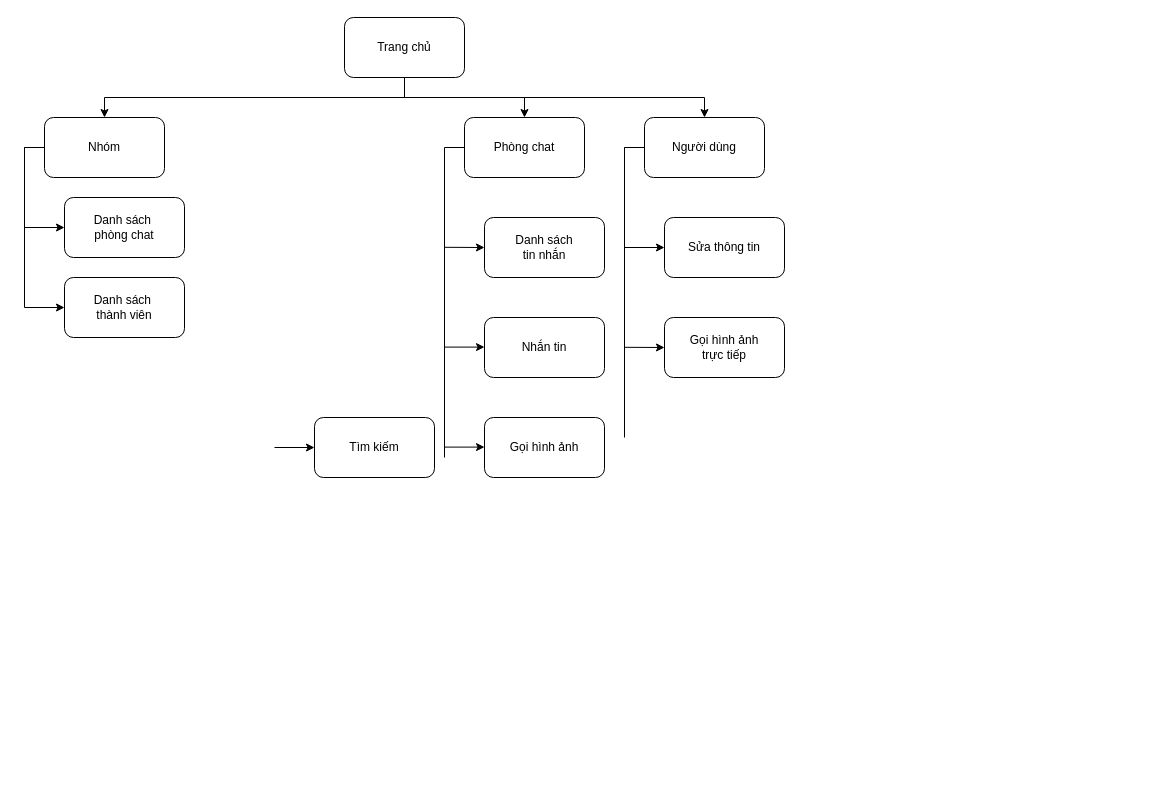
Above: phac thao do an cuoi cung/sitemap.drawio in frozenproof/dactaphanmem (draw.io), before the change. Source tidied: cells renumbered, new cells numbered last; positions are measured from the earlier drawing's top-left corner, leaving out a move shared by most shapes. Both pictures are drawn from the tidied source at 100%, with x=0, y=0 at pixel (24, 17).
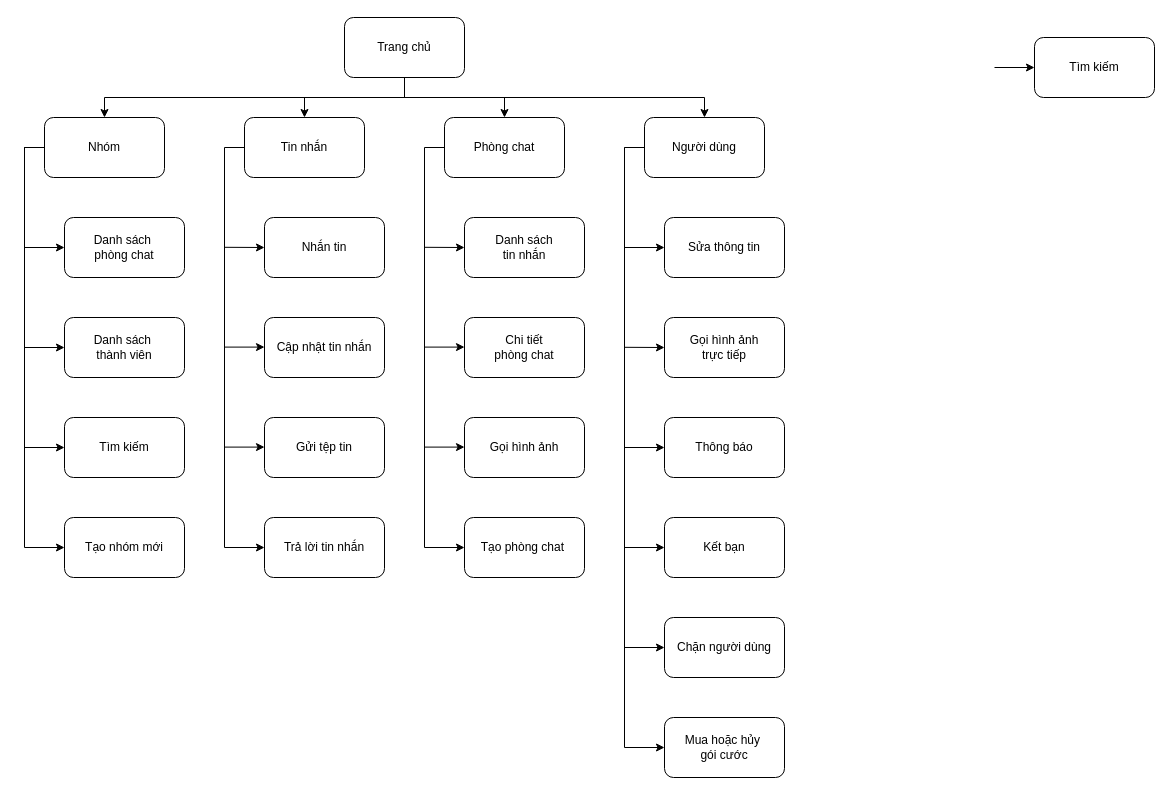
After the change.

Unchanged cells that the change refers to:
```xml
<mxCell id="5" value="Trang chủ" style="rounded=1;whiteSpace=wrap;html=1;" parent="1" vertex="1">
  <mxGeometry x="320" width="120" height="60" as="geometry" />
</mxCell>
<mxCell id="10" value="Nhóm" style="rounded=1;whiteSpace=wrap;html=1;" parent="1" vertex="1">
  <mxGeometry x="20" y="100" width="120" height="60" as="geometry" />
</mxCell>
```

Diff of the diagram source:
```diff
@@
+    <mxCell id="28" style="edgeStyle=orthogonalEdgeStyle;rounded=0;jettySize=auto;html=1;" parent="1" edge="1" source="5" target="42">
+      <mxGeometry relative="1" as="geometry" />
+    </mxCell>
@@
     <mxCell id="9" value="Phòng chat" style="rounded=1;whiteSpace=wrap;html=1;" parent="1" vertex="1">
-      <mxGeometry x="440" y="100" width="120" height="60" as="geometry" />
+      <mxGeometry x="420" y="100" width="120" height="60" as="geometry" />
     </mxCell>
@@
     <mxCell id="12" value="Danh sách&amp;nbsp;&lt;div&gt;phòng chat&lt;/div&gt;" style="whiteSpace=wrap;html=1;rounded=1;" parent="1" vertex="1">
-      <mxGeometry x="40" y="180" width="120" height="60" as="geometry" />
+      <mxGeometry x="40" y="200" width="120" height="60" as="geometry" />
     </mxCell>
     <mxCell id="13" style="edgeStyle=orthogonalEdgeStyle;rounded=0;jettySize=auto;html=1;entryX=0;entryY=0.5;entryDx=0;entryDy=0;" parent="1" edge="1" source="10" target="14">
       <mxGeometry relative="1" as="geometry">
         <Array as="points">
           <mxPoint y="130" />
-          <mxPoint y="290" />
+          <mxPoint y="330" />
         </Array>
       </mxGeometry>
     </mxCell>
     <mxCell id="14" value="Danh sách&amp;nbsp;&lt;div&gt;thành viên&lt;/div&gt;" style="whiteSpace=wrap;html=1;rounded=1;" parent="1" vertex="1">
-      <mxGeometry x="40" y="260" width="120" height="60" as="geometry" />
+      <mxGeometry x="40" y="300" width="120" height="60" as="geometry" />
     </mxCell>
     <mxCell id="15" value="Danh sách&lt;div&gt;tin nhắn&lt;/div&gt;" style="whiteSpace=wrap;html=1;rounded=1;" parent="1" vertex="1">
-      <mxGeometry x="460" y="200" width="120" height="60" as="geometry" />
+      <mxGeometry x="440" y="200" width="120" height="60" as="geometry" />
     </mxCell>
-    <mxCell id="16" value="Nhắn tin" style="whiteSpace=wrap;html=1;rounded=1;" parent="1" vertex="1">
-      <mxGeometry x="460" y="300" width="120" height="60" as="geometry" />
+    <mxCell id="16" value="Chi tiết&lt;div&gt;phòng chat&lt;/div&gt;" style="whiteSpace=wrap;html=1;rounded=1;" parent="1" vertex="1">
+      <mxGeometry x="440" y="300" width="120" height="60" as="geometry" />
     </mxCell>
     <mxCell id="17" value="Gọi hình ảnh" style="whiteSpace=wrap;html=1;rounded=1;" parent="1" vertex="1">
-      <mxGeometry x="460" y="400" width="120" height="60" as="geometry" />
+      <mxGeometry x="440" y="400" width="120" height="60" as="geometry" />
     </mxCell>
-    <mxCell id="18" style="endArrow=classic;html=1;rounded=0;" parent="1" edge="1">
-      <mxGeometry relative="1" as="geometry">
-        <mxPoint x="250" y="430" as="sourcePoint" />
-        <mxPoint x="290" y="430" as="targetPoint" />
-      </mxGeometry>
-    </mxCell>
     <mxCell id="19" style="endArrow=none;html=1;rounded=0;" parent="1" edge="1">
       <mxGeometry relative="1" as="geometry">
-        <mxPoint x="600" y="420" as="sourcePoint" />
+        <mxPoint x="600" y="730" as="sourcePoint" />
         <mxPoint x="600" y="130" as="targetPoint" />
       </mxGeometry>
     </mxCell>
@@
     <mxCell id="22" style="endArrow=classic;html=1;rounded=0;entryX=0;entryY=0.5;entryDx=0;entryDy=0;" parent="1" edge="1">
       <mxGeometry relative="1" as="geometry">
-        <mxPoint x="420" y="229.8" as="sourcePoint" />
-        <mxPoint x="460" y="230" as="targetPoint" />
+        <mxPoint x="400" y="229.8" as="sourcePoint" />
+        <mxPoint x="440" y="230" as="targetPoint" />
       </mxGeometry>
     </mxCell>
     <mxCell id="23" style="endArrow=none;html=1;rounded=0;" parent="1" edge="1">
       <mxGeometry relative="1" as="geometry">
-        <mxPoint x="420" y="440" as="sourcePoint" />
-        <mxPoint x="420" y="130" as="targetPoint" />
+        <mxPoint x="400" y="530" as="sourcePoint" />
+        <mxPoint x="400" y="130" as="targetPoint" />
       </mxGeometry>
     </mxCell>
     <mxCell id="24" style="endArrow=classic;html=1;rounded=0;" parent="1" edge="1">
       <mxGeometry relative="1" as="geometry">
-        <mxPoint x="420" y="429.6" as="sourcePoint" />
-        <mxPoint x="460" y="429.6" as="targetPoint" />
+        <mxPoint x="400" y="429.6" as="sourcePoint" />
+        <mxPoint x="440" y="429.6" as="targetPoint" />
       </mxGeometry>
     </mxCell>
     <mxCell id="25" style="endArrow=none;html=1;rounded=0;entryX=0;entryY=0.5;entryDx=0;entryDy=0;" parent="1" edge="1" target="9">
       <mxGeometry relative="1" as="geometry">
-        <mxPoint x="420" y="130" as="sourcePoint" />
+        <mxPoint x="400" y="130" as="sourcePoint" />
       </mxGeometry>
     </mxCell>
     <mxCell id="26" style="endArrow=classic;html=1;rounded=0;" parent="1" edge="1">
       <mxGeometry relative="1" as="geometry">
-        <mxPoint x="420" y="329.6" as="sourcePoint" />
-        <mxPoint x="460" y="329.6" as="targetPoint" />
+        <mxPoint x="400" y="329.6" as="sourcePoint" />
+        <mxPoint x="440" y="329.6" as="targetPoint" />
       </mxGeometry>
     </mxCell>
-    <mxCell id="27" value="Tìm kiếm" style="rounded=1;whiteSpace=wrap;html=1;" parent="1" vertex="1">
-      <mxGeometry x="290" y="400" width="120" height="60" as="geometry" />
-    </mxCell>
+    <mxCell id="29" style="endArrow=none;html=1;rounded=0;" parent="1" edge="1">
+      <mxGeometry relative="1" as="geometry">
+        <mxPoint y="530" as="sourcePoint" />
+        <mxPoint y="130" as="targetPoint" />
+      </mxGeometry>
+    </mxCell>
+    <mxCell id="30" style="endArrow=classic;html=1;rounded=0;" parent="1" edge="1">
+      <mxGeometry relative="1" as="geometry">
+        <mxPoint y="430" as="sourcePoint" />
+        <mxPoint x="40" y="430" as="targetPoint" />
+      </mxGeometry>
+    </mxCell>
+    <mxCell id="31" value="Tìm kiếm" style="rounded=1;whiteSpace=wrap;html=1;" parent="1" vertex="1">
+      <mxGeometry x="40" y="400" width="120" height="60" as="geometry" />
+    </mxCell>
+    <mxCell id="32" style="endArrow=classic;html=1;rounded=0;" parent="1" edge="1">
+      <mxGeometry relative="1" as="geometry">
+        <mxPoint x="600" y="430" as="sourcePoint" />
+        <mxPoint x="640" y="430" as="targetPoint" />
+      </mxGeometry>
+    </mxCell>
+    <mxCell id="33" value="Thông báo" style="rounded=1;whiteSpace=wrap;html=1;" parent="1" vertex="1">
+      <mxGeometry x="640" y="400" width="120" height="60" as="geometry" />
+    </mxCell>
+    <mxCell id="34" style="endArrow=classic;html=1;rounded=0;" parent="1" edge="1">
+      <mxGeometry relative="1" as="geometry">
+        <mxPoint x="600" y="530" as="sourcePoint" />
+        <mxPoint x="640" y="530" as="targetPoint" />
+      </mxGeometry>
+    </mxCell>
+    <mxCell id="35" value="Kết bạn" style="rounded=1;whiteSpace=wrap;html=1;" parent="1" vertex="1">
+      <mxGeometry x="640" y="500" width="120" height="60" as="geometry" />
+    </mxCell>
+    <mxCell id="36" style="endArrow=classic;html=1;rounded=0;" parent="1" edge="1">
+      <mxGeometry relative="1" as="geometry">
+        <mxPoint y="530" as="sourcePoint" />
+        <mxPoint x="40" y="530" as="targetPoint" />
+      </mxGeometry>
+    </mxCell>
+    <mxCell id="37" value="Tạo nhóm mới" style="rounded=1;whiteSpace=wrap;html=1;" parent="1" vertex="1">
+      <mxGeometry x="40" y="500" width="120" height="60" as="geometry" />
+    </mxCell>
+    <mxCell id="38" style="endArrow=classic;html=1;rounded=0;" parent="1" edge="1">
+      <mxGeometry relative="1" as="geometry">
+        <mxPoint x="600" y="630" as="sourcePoint" />
+        <mxPoint x="640" y="630" as="targetPoint" />
+      </mxGeometry>
+    </mxCell>
+    <mxCell id="39" value="Chặn người dùng" style="rounded=1;whiteSpace=wrap;html=1;" parent="1" vertex="1">
+      <mxGeometry x="640" y="600" width="120" height="60" as="geometry" />
+    </mxCell>
+    <mxCell id="40" style="endArrow=classic;html=1;rounded=0;" parent="1" edge="1">
+      <mxGeometry relative="1" as="geometry">
+        <mxPoint x="400" y="530" as="sourcePoint" />
+        <mxPoint x="440" y="530" as="targetPoint" />
+      </mxGeometry>
+    </mxCell>
+    <mxCell id="41" value="Tạo phòng chat&amp;nbsp;" style="rounded=1;whiteSpace=wrap;html=1;" parent="1" vertex="1">
+      <mxGeometry x="440" y="500" width="120" height="60" as="geometry" />
+    </mxCell>
+    <mxCell id="42" value="Tin nhắn" style="rounded=1;whiteSpace=wrap;html=1;" parent="1" vertex="1">
+      <mxGeometry x="220" y="100" width="120" height="60" as="geometry" />
+    </mxCell>
+    <mxCell id="43" value="Nhắn tin" style="whiteSpace=wrap;html=1;rounded=1;" parent="1" vertex="1">
+      <mxGeometry x="240" y="200" width="120" height="60" as="geometry" />
+    </mxCell>
+    <mxCell id="44" value="Cập nhật tin nhắn" style="whiteSpace=wrap;html=1;rounded=1;" parent="1" vertex="1">
+      <mxGeometry x="240" y="300" width="120" height="60" as="geometry" />
+    </mxCell>
+    <mxCell id="45" value="Gửi tệp tin" style="whiteSpace=wrap;html=1;rounded=1;" parent="1" vertex="1">
+      <mxGeometry x="240" y="400" width="120" height="60" as="geometry" />
+    </mxCell>
+    <mxCell id="46" style="endArrow=classic;html=1;rounded=0;entryX=0;entryY=0.5;entryDx=0;entryDy=0;" parent="1" edge="1">
+      <mxGeometry relative="1" as="geometry">
+        <mxPoint x="200" y="229.8" as="sourcePoint" />
+        <mxPoint x="240" y="230" as="targetPoint" />
+      </mxGeometry>
+    </mxCell>
+    <mxCell id="47" style="endArrow=none;html=1;rounded=0;" parent="1" edge="1">
+      <mxGeometry relative="1" as="geometry">
+        <mxPoint x="200" y="530" as="sourcePoint" />
+        <mxPoint x="200" y="130" as="targetPoint" />
+      </mxGeometry>
+    </mxCell>
+    <mxCell id="48" style="endArrow=classic;html=1;rounded=0;" parent="1" edge="1">
+      <mxGeometry relative="1" as="geometry">
+        <mxPoint x="200" y="429.6" as="sourcePoint" />
+        <mxPoint x="240" y="429.6" as="targetPoint" />
+      </mxGeometry>
+    </mxCell>
+    <mxCell id="49" style="endArrow=none;html=1;rounded=0;entryX=0;entryY=0.5;entryDx=0;entryDy=0;" parent="1" edge="1" target="42">
+      <mxGeometry relative="1" as="geometry">
+        <mxPoint x="200" y="130" as="sourcePoint" />
+      </mxGeometry>
+    </mxCell>
+    <mxCell id="50" style="endArrow=classic;html=1;rounded=0;" parent="1" edge="1">
+      <mxGeometry relative="1" as="geometry">
+        <mxPoint x="200" y="329.6" as="sourcePoint" />
+        <mxPoint x="240" y="329.6" as="targetPoint" />
+      </mxGeometry>
+    </mxCell>
+    <mxCell id="51" style="endArrow=classic;html=1;rounded=0;" parent="1" edge="1">
+      <mxGeometry relative="1" as="geometry">
+        <mxPoint x="200" y="530" as="sourcePoint" />
+        <mxPoint x="240" y="530" as="targetPoint" />
+      </mxGeometry>
+    </mxCell>
+    <mxCell id="52" value="Trả lời tin nhắn" style="rounded=1;whiteSpace=wrap;html=1;" parent="1" vertex="1">
+      <mxGeometry x="240" y="500" width="120" height="60" as="geometry" />
+    </mxCell>
+    <mxCell id="53" style="endArrow=classic;html=1;rounded=0;" parent="1" edge="1">
+      <mxGeometry relative="1" as="geometry">
+        <mxPoint x="970" y="50" as="sourcePoint" />
+        <mxPoint x="1010" y="50" as="targetPoint" />
+      </mxGeometry>
+    </mxCell>
+    <mxCell id="54" value="Tìm kiếm" style="rounded=1;whiteSpace=wrap;html=1;" parent="1" vertex="1">
+      <mxGeometry x="1010" y="20" width="120" height="60" as="geometry" />
+    </mxCell>
+    <mxCell id="55" style="endArrow=classic;html=1;rounded=0;" parent="1" edge="1">
+      <mxGeometry relative="1" as="geometry">
+        <mxPoint x="600" y="730" as="sourcePoint" />
+        <mxPoint x="640" y="730" as="targetPoint" />
+      </mxGeometry>
+    </mxCell>
+    <mxCell id="56" value="Mua hoặc hủy&amp;nbsp;&lt;div&gt;gói cước&lt;/div&gt;" style="rounded=1;whiteSpace=wrap;html=1;" parent="1" vertex="1">
+      <mxGeometry x="640" y="700" width="120" height="60" as="geometry" />
+    </mxCell>
```
